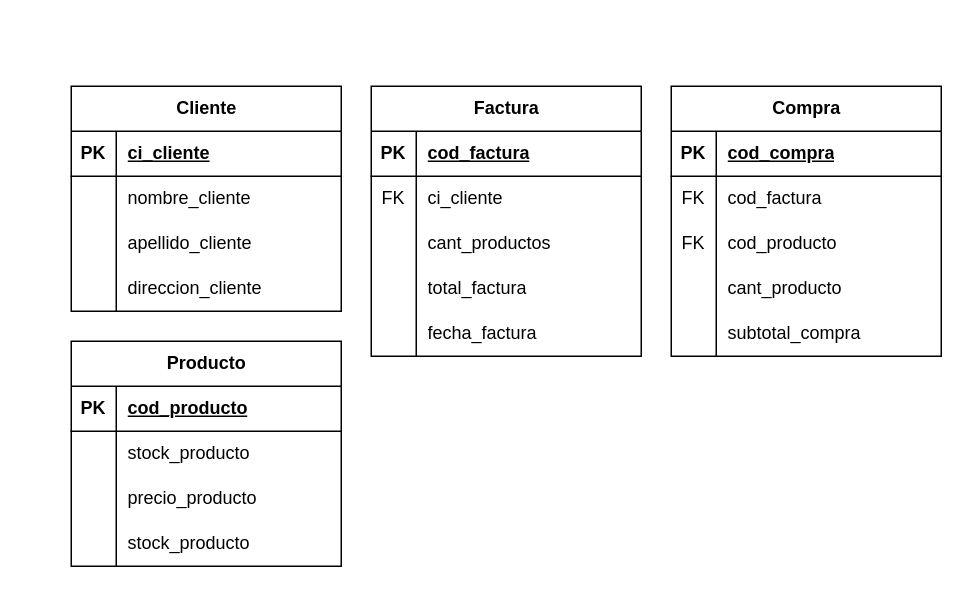
Earlier version of the draw.io diagram page "MR" (1 of 2) of automatizacion - ecommerce.drawio (AlbanyNVRodriguez/draw---diagrams). Source tidied: cells renumbered, new cells numbered last; positions are measured from the earlier drawing's top-left corner, leaving out a move shared by most shapes. Both pictures are drawn from the tidied source at 150%, with x=0, y=0 at pixel (70, 86).
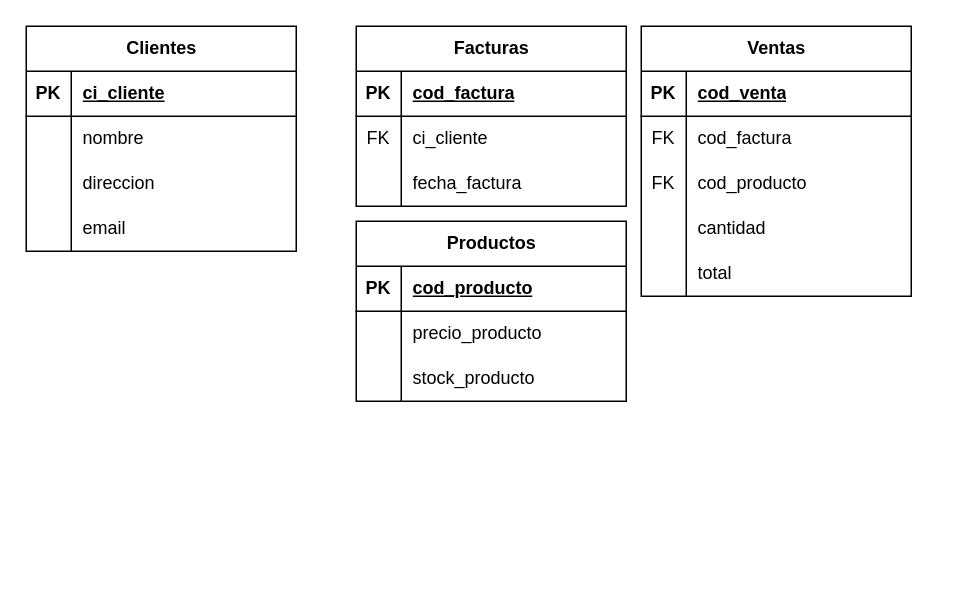
The same page after the edit.

The change refers to these unchanged cells:
```xml
<mxCell id="6" style="shape=tableRow;horizontal=0;startSize=0;swimlaneHead=0;swimlaneBody=0;fillColor=none;top=0;left=0;right=0;bottom=0;" parent="2" vertex="1">
  <mxGeometry y="60" width="180" height="30" as="geometry" />
</mxCell>
<mxCell id="12" style="shape=tableRow;horizontal=0;startSize=0;swimlaneHead=0;swimlaneBody=0;fillColor=none;top=0;left=0;right=0;bottom=0;" parent="2" vertex="1">
  <mxGeometry y="120" width="180" height="30" as="geometry" />
</mxCell>
<mxCell id="16" style="shape=tableRow;horizontal=0;startSize=0;swimlaneHead=0;swimlaneBody=0;fillColor=none;top=0;left=0;right=0;bottom=1;" parent="15" vertex="1">
  <mxGeometry y="30" width="180" height="30" as="geometry" />
</mxCell>
<mxCell id="25" style="shape=tableRow;horizontal=0;startSize=0;swimlaneHead=0;swimlaneBody=0;fillColor=none;top=0;left=0;right=0;bottom=0;" parent="15" vertex="1">
  <mxGeometry y="120" width="180" height="30" as="geometry" />
</mxCell>
<mxCell id="28" style="shape=tableRow;horizontal=0;startSize=0;swimlaneHead=0;swimlaneBody=0;fillColor=none;top=0;left=0;right=0;bottom=0;" parent="15" vertex="1">
  <mxGeometry y="150" width="180" height="30" as="geometry" />
</mxCell>
```

Diff of the diagram source:
```diff
@@
-    <mxCell id="2" value="Cliente" style="shape=table;startSize=30;childLayout=tableLayout;rowLines=0;fontStyle=1;align=center;html=1;" parent="1" vertex="1">
-      <mxGeometry width="180" height="150" as="geometry" />
+    <mxCell id="2" value="Clientes" style="shape=table;startSize=30;childLayout=tableLayout;rowLines=0;fontStyle=1;align=center;html=1;" parent="1" vertex="1">
+      <mxGeometry x="-30" y="-40" width="180" height="150" as="geometry" />
     </mxCell>
@@
-    <mxCell id="8" value="nombre_cliente" style="shape=partialRectangle;fillColor=none;top=0;left=0;bottom=0;right=0;align=left;spacingLeft=6;overflow=hidden;whiteSpace=wrap;html=1;" parent="6" vertex="1">
+    <mxCell id="8" value="nombre" style="shape=partialRectangle;fillColor=none;top=0;left=0;bottom=0;right=0;align=left;spacingLeft=6;overflow=hidden;whiteSpace=wrap;html=1;" parent="6" vertex="1">
       <mxGeometry x="30" width="150" height="30" as="geometry" />
     </mxCell>
-    <mxCell id="9" style="shape=tableRow;horizontal=0;startSize=0;swimlaneHead=0;swimlaneBody=0;fillColor=none;top=0;left=0;right=0;bottom=0;" parent="2" vertex="1">
-      <mxGeometry y="90" width="180" height="30" as="geometry" />
-    </mxCell>
-    <mxCell id="10" style="shape=partialRectangle;fillColor=none;top=0;left=0;bottom=0;right=0;overflow=hidden;whiteSpace=wrap;html=1;" parent="9" vertex="1">
-      <mxGeometry width="30" height="30" as="geometry" />
-    </mxCell>
-    <mxCell id="11" value="apellido_cliente" style="shape=partialRectangle;fillColor=none;top=0;left=0;bottom=0;right=0;align=left;spacingLeft=6;overflow=hidden;whiteSpace=wrap;html=1;" parent="9" vertex="1">
-      <mxGeometry x="30" width="150" height="30" as="geometry" />
-    </mxCell>
+    <mxCell id="60" style="shape=tableRow;horizontal=0;startSize=0;swimlaneHead=0;swimlaneBody=0;fillColor=none;top=0;left=0;right=0;bottom=0;" parent="2" vertex="1">
+      <mxGeometry y="90" width="180" height="30" as="geometry" />
+    </mxCell>
+    <mxCell id="61" style="shape=partialRectangle;fillColor=none;top=0;left=0;bottom=0;right=0;overflow=hidden;whiteSpace=wrap;html=1;" parent="60" vertex="1">
+      <mxGeometry width="30" height="30" as="geometry" />
+    </mxCell>
+    <mxCell id="62" value="direccion" style="shape=partialRectangle;fillColor=none;top=0;left=0;bottom=0;right=0;align=left;spacingLeft=6;overflow=hidden;whiteSpace=wrap;html=1;" parent="60" vertex="1">
+      <mxGeometry x="30" width="150" height="30" as="geometry" />
+    </mxCell>
@@
-    <mxCell id="14" value="direccion_cliente" style="shape=partialRectangle;fillColor=none;top=0;left=0;bottom=0;right=0;align=left;spacingLeft=6;overflow=hidden;whiteSpace=wrap;html=1;" parent="12" vertex="1">
+    <mxCell id="14" value="email" style="shape=partialRectangle;fillColor=none;top=0;left=0;bottom=0;right=0;align=left;spacingLeft=6;overflow=hidden;whiteSpace=wrap;html=1;" parent="12" vertex="1">
       <mxGeometry x="30" width="150" height="30" as="geometry" />
     </mxCell>
-    <mxCell id="15" value="Compra" style="shape=table;startSize=30;childLayout=tableLayout;rowLines=0;fontStyle=1;align=center;html=1;" parent="1" vertex="1">
-      <mxGeometry x="400" width="180" height="180" as="geometry" />
+    <mxCell id="15" value="Ventas" style="shape=table;startSize=30;childLayout=tableLayout;rowLines=0;fontStyle=1;align=center;html=1;" parent="1" vertex="1">
+      <mxGeometry x="380" y="-40" width="180" height="180" as="geometry" />
     </mxCell>
@@
-    <mxCell id="18" value="cod_compra" style="shape=partialRectangle;fillColor=none;top=0;left=0;bottom=0;right=0;align=left;spacingLeft=6;fontStyle=5;overflow=hidden;whiteSpace=wrap;html=1;" parent="16" vertex="1">
+    <mxCell id="18" value="cod_venta" style="shape=partialRectangle;fillColor=none;top=0;left=0;bottom=0;right=0;align=left;spacingLeft=6;fontStyle=5;overflow=hidden;whiteSpace=wrap;html=1;" parent="16" vertex="1">
       <mxGeometry x="30" width="150" height="30" as="geometry" />
     </mxCell>
@@
-    <mxCell id="27" value="cant_producto" style="shape=partialRectangle;fillColor=none;top=0;left=0;bottom=0;right=0;align=left;spacingLeft=6;overflow=hidden;whiteSpace=wrap;html=1;" parent="25" vertex="1">
+    <mxCell id="27" value="cantidad" style="shape=partialRectangle;fillColor=none;top=0;left=0;bottom=0;right=0;align=left;spacingLeft=6;overflow=hidden;whiteSpace=wrap;html=1;" parent="25" vertex="1">
       <mxGeometry x="30" width="150" height="30" as="geometry" />
     </mxCell>
@@
-    <mxCell id="30" value="subtotal_compra" style="shape=partialRectangle;fillColor=none;top=0;left=0;bottom=0;right=0;align=left;spacingLeft=6;overflow=hidden;whiteSpace=wrap;html=1;" parent="28" vertex="1">
+    <mxCell id="30" value="&lt;div&gt;&lt;span style=&quot;background-color: initial;&quot;&gt;total&lt;/span&gt;&lt;br&gt;&lt;/div&gt;" style="shape=partialRectangle;fillColor=none;top=0;left=0;bottom=0;right=0;align=left;spacingLeft=6;overflow=hidden;whiteSpace=wrap;html=1;" parent="28" vertex="1">
       <mxGeometry x="30" width="150" height="30" as="geometry" />
     </mxCell>
-    <mxCell id="31" value="Factura" style="shape=table;startSize=30;childLayout=tableLayout;rowLines=0;fontStyle=1;align=center;html=1;" parent="1" vertex="1">
-      <mxGeometry x="200" width="180" height="180" as="geometry" />
+    <mxCell id="31" value="Facturas" style="shape=table;startSize=30;childLayout=tableLayout;rowLines=0;fontStyle=1;align=center;html=1;" parent="1" vertex="1">
+      <mxGeometry x="190" y="-40" width="180" height="120" as="geometry" />
     </mxCell>
@@
-    <mxCell id="38" style="shape=tableRow;horizontal=0;startSize=0;swimlaneHead=0;swimlaneBody=0;fillColor=none;top=0;left=0;right=0;bottom=0;" parent="31" vertex="1">
-      <mxGeometry y="90" width="180" height="30" as="geometry" />
-    </mxCell>
-    <mxCell id="39" style="shape=partialRectangle;fillColor=none;top=0;left=0;bottom=0;right=0;overflow=hidden;whiteSpace=wrap;html=1;" parent="38" vertex="1">
-      <mxGeometry width="30" height="30" as="geometry" />
-    </mxCell>
-    <mxCell id="40" value="cant_productos" style="shape=partialRectangle;fillColor=none;top=0;left=0;bottom=0;right=0;align=left;spacingLeft=6;overflow=hidden;whiteSpace=wrap;html=1;" parent="38" vertex="1">
-      <mxGeometry x="30" width="150" height="30" as="geometry" />
-    </mxCell>
-    <mxCell id="41" style="shape=tableRow;horizontal=0;startSize=0;swimlaneHead=0;swimlaneBody=0;fillColor=none;top=0;left=0;right=0;bottom=0;" parent="31" vertex="1">
-      <mxGeometry y="120" width="180" height="30" as="geometry" />
-    </mxCell>
-    <mxCell id="42" style="shape=partialRectangle;fillColor=none;top=0;left=0;bottom=0;right=0;overflow=hidden;whiteSpace=wrap;html=1;" parent="41" vertex="1">
-      <mxGeometry width="30" height="30" as="geometry" />
-    </mxCell>
-    <mxCell id="43" value="total_factura" style="shape=partialRectangle;fillColor=none;top=0;left=0;bottom=0;right=0;align=left;spacingLeft=6;overflow=hidden;whiteSpace=wrap;html=1;" parent="41" vertex="1">
-      <mxGeometry x="30" width="150" height="30" as="geometry" />
-    </mxCell>
     <mxCell id="44" style="shape=tableRow;horizontal=0;startSize=0;swimlaneHead=0;swimlaneBody=0;fillColor=none;top=0;left=0;right=0;bottom=0;" parent="31" vertex="1">
-      <mxGeometry y="150" width="180" height="30" as="geometry" />
+      <mxGeometry y="90" width="180" height="30" as="geometry" />
     </mxCell>
@@
-    <mxCell id="47" value="Producto" style="shape=table;startSize=30;childLayout=tableLayout;rowLines=0;fontStyle=1;align=center;html=1;" parent="1" vertex="1">
-      <mxGeometry y="170" width="180" height="150" as="geometry" />
+    <mxCell id="47" value="Productos" style="shape=table;startSize=30;childLayout=tableLayout;rowLines=0;fontStyle=1;align=center;html=1;" parent="1" vertex="1">
+      <mxGeometry x="190" y="90" width="180" height="120" as="geometry" />
     </mxCell>
@@
-    <mxCell id="51" style="shape=tableRow;horizontal=0;startSize=0;swimlaneHead=0;swimlaneBody=0;fillColor=none;top=0;left=0;right=0;bottom=0;" parent="47" vertex="1">
-      <mxGeometry y="60" width="180" height="30" as="geometry" />
-    </mxCell>
-    <mxCell id="52" style="shape=partialRectangle;fillColor=none;top=0;left=0;bottom=0;right=0;overflow=hidden;whiteSpace=wrap;html=1;" parent="51" vertex="1">
-      <mxGeometry width="30" height="30" as="geometry" />
-    </mxCell>
-    <mxCell id="53" value="stock_producto" style="shape=partialRectangle;fillColor=none;top=0;left=0;bottom=0;right=0;align=left;spacingLeft=6;overflow=hidden;whiteSpace=wrap;html=1;fontStyle=0;" parent="51" vertex="1">
-      <mxGeometry x="30" width="150" height="30" as="geometry" />
-    </mxCell>
     <mxCell id="54" style="shape=tableRow;horizontal=0;startSize=0;swimlaneHead=0;swimlaneBody=0;fillColor=none;top=0;left=0;right=0;bottom=0;" parent="47" vertex="1">
-      <mxGeometry y="90" width="180" height="30" as="geometry" />
+      <mxGeometry y="60" width="180" height="30" as="geometry" />
     </mxCell>
@@
     <mxCell id="57" style="shape=tableRow;horizontal=0;startSize=0;swimlaneHead=0;swimlaneBody=0;fillColor=none;top=0;left=0;right=0;bottom=0;" parent="47" vertex="1">
-      <mxGeometry y="120" width="180" height="30" as="geometry" />
+      <mxGeometry y="90" width="180" height="30" as="geometry" />
     </mxCell>
```
